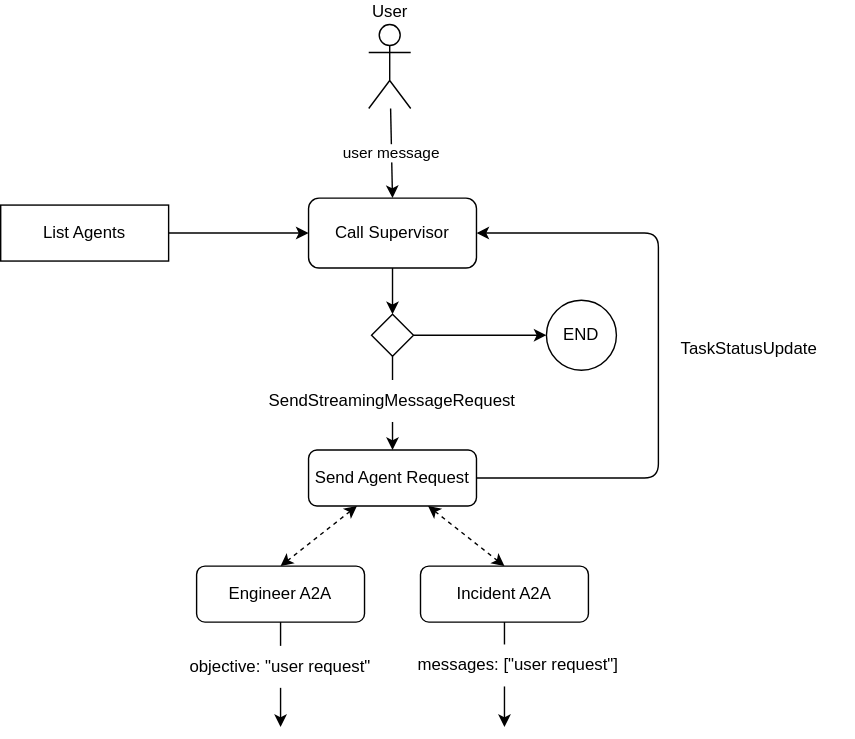
This is drawings/agent/main_agent.drawio.svg from LeegenSteven/NetworkAgent-dev, a draw.io export, as it was before one commit. Source tidied: cells renumbered, new cells last; positions are measured from the earlier drawing's top-left corner, leaving out a move shared by most shapes.
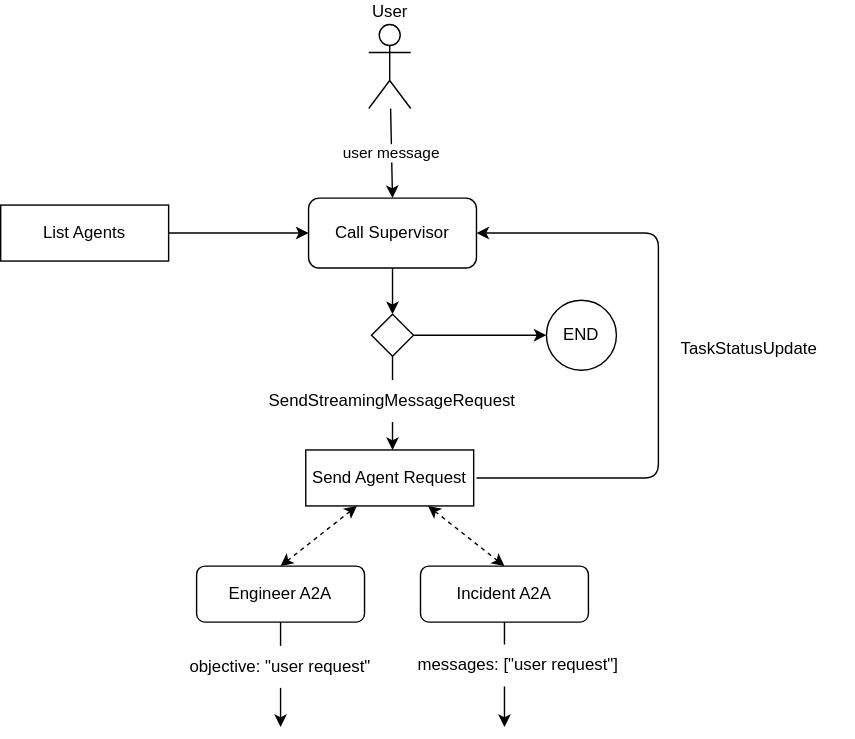
The same diagram one commit later.

Diff of the diagram source:
```diff
@@ -36,20 +36,24 @@
     <mxCell id="11" value="Incident A2A" style="rounded=1;whiteSpace=wrap;html=1;" parent="1" vertex="1">
       <mxGeometry x="300" y="387" width="120" height="40" as="geometry" />
     </mxCell>
-    <mxCell id="12" style="edgeStyle=none;html=1;entryX=0.5;entryY=0;entryDx=0;entryDy=0;dashed=1;startArrow=classic;startFill=1;" parent="1" edge="1" source="14" target="9">
-      <mxGeometry relative="1" as="geometry" />
+    <mxCell id="12" style="edgeStyle=none;html=1;entryX=0.5;entryY=0;entryDx=0;entryDy=0;dashed=1;startArrow=classic;startFill=1;" parent="1" edge="1" target="9">
+      <mxGeometry relative="1" as="geometry">
+        <mxPoint x="254.6" y="344" as="sourcePoint" />
+      </mxGeometry>
     </mxCell>
-    <mxCell id="13" style="edgeStyle=none;html=1;entryX=0.5;entryY=0;entryDx=0;entryDy=0;dashed=1;startArrow=classic;startFill=1;" parent="1" edge="1" source="14" target="11">
-      <mxGeometry relative="1" as="geometry" />
+    <mxCell id="13" style="edgeStyle=none;html=1;entryX=0.5;entryY=0;entryDx=0;entryDy=0;dashed=1;startArrow=classic;startFill=1;" parent="1" edge="1" target="11">
+      <mxGeometry relative="1" as="geometry">
+        <mxPoint x="305.4" y="344" as="sourcePoint" />
+      </mxGeometry>
     </mxCell>
-    <mxCell id="14" value="Send Agent Request" style="rounded=1;whiteSpace=wrap;html=1;" parent="1" vertex="1">
-      <mxGeometry x="220" y="304" width="120" height="40" as="geometry" />
-    </mxCell>
-    <mxCell id="15" style="edgeStyle=none;html=1;" parent="1" edge="1" source="18" target="14">
-      <mxGeometry relative="1" as="geometry" />
+    <mxCell id="15" style="edgeStyle=none;html=1;" parent="1" edge="1" source="18">
+      <mxGeometry relative="1" as="geometry">
+        <mxPoint x="280" y="304" as="targetPoint" />
+      </mxGeometry>
     </mxCell>
-    <mxCell id="16" style="edgeStyle=orthogonalEdgeStyle;html=1;entryX=1;entryY=0.5;entryDx=0;entryDy=0;exitX=1;exitY=0.5;exitDx=0;exitDy=0;" parent="1" edge="1" source="14" target="5">
+    <mxCell id="16" style="edgeStyle=orthogonalEdgeStyle;html=1;entryX=1;entryY=0.5;entryDx=0;entryDy=0;exitX=1;exitY=0.5;exitDx=0;exitDy=0;" parent="1" edge="1" target="5">
       <mxGeometry relative="1" as="geometry">
+        <mxPoint x="340" y="324" as="sourcePoint" />
         <Array as="points">
           <mxPoint x="470" y="324" />
           <mxPoint x="470" y="149" />
@@ -77,5 +81,8 @@
     <mxCell id="23" value="SendStreamingMessageRequest" style="text;html=1;align=center;verticalAlign=middle;whiteSpace=wrap;rounded=0;fillColor=default;" parent="1" vertex="1">
       <mxGeometry x="210" y="254" width="140" height="30" as="geometry" />
     </mxCell>
+    <mxCell id="14" value="Send Agent Request" style="rounded=0;whiteSpace=wrap;html=1;" parent="1" vertex="1">
+      <mxGeometry x="218" y="304" width="120" height="40" as="geometry" />
+    </mxCell>
   </root>
 </mxGraphModel>
```
